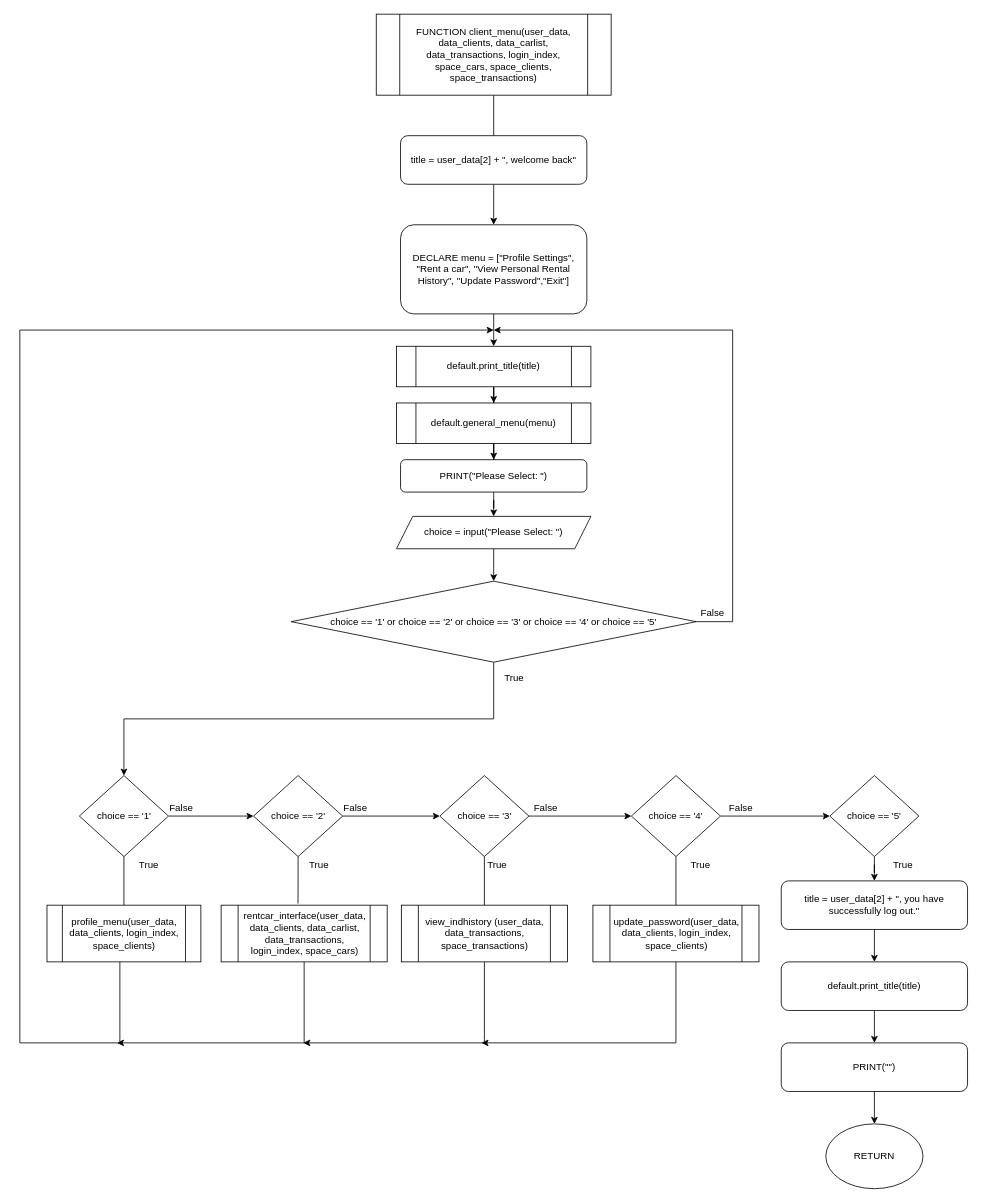
Before: Flowchart/clients/client_menu.drawio in RabbitBear00/Car-Rental-System, a draw.io diagram. Source tidied: cells renumbered, new cells numbered last; positions are measured from the earlier drawing's top-left corner, leaving out a move shared by most shapes. Both pictures are drawn from the tidied source at 81%, with x=0, y=0 at pixel (19, 14).
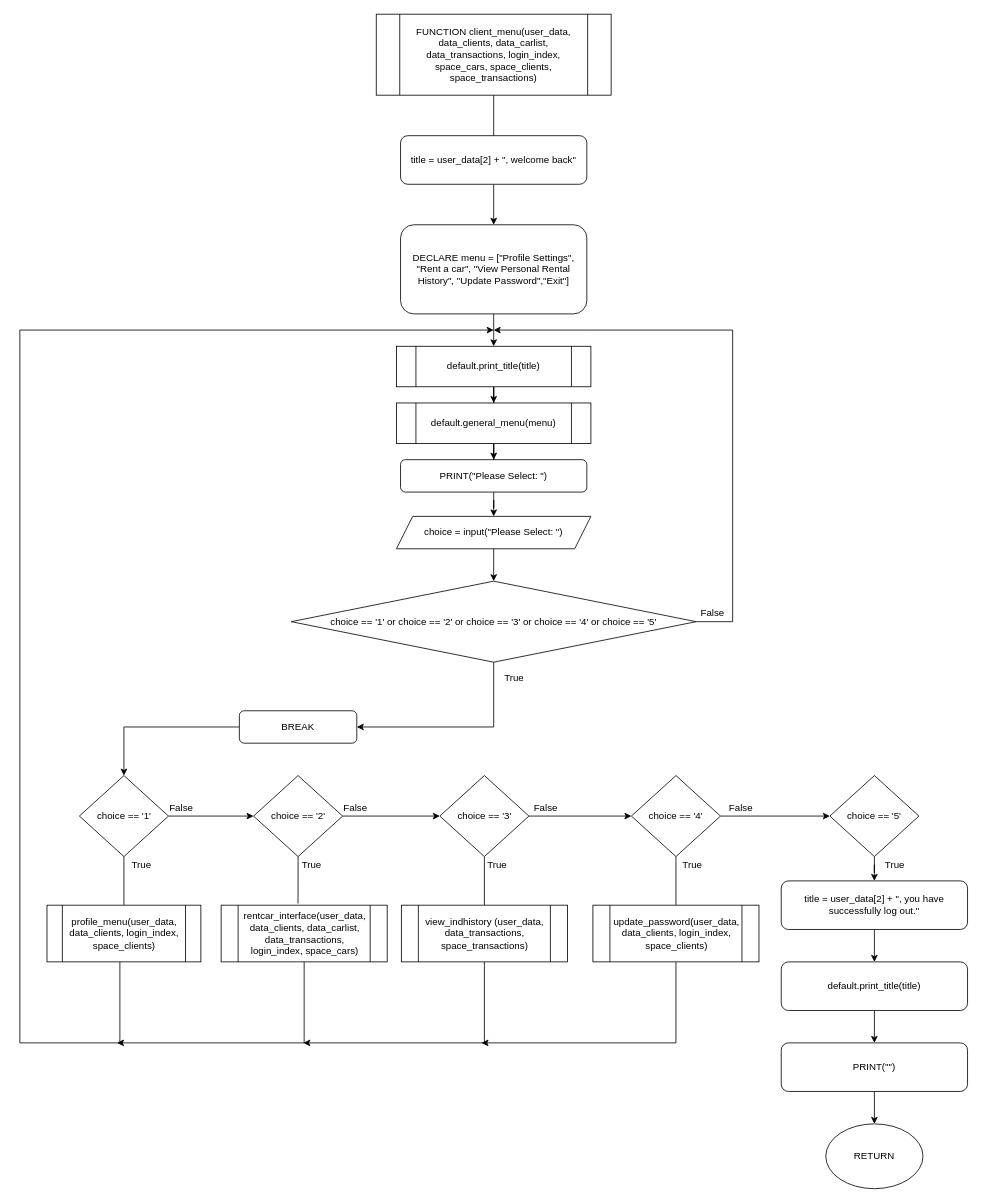
Above is the later version.

Unchanged cells that the change refers to:
```xml
<mxCell id="17" value="choice == '1'" style="rhombus;whiteSpace=wrap;html=1;" parent="1" vertex="1">
  <mxGeometry x="73.5" y="940" width="110" height="100" as="geometry" />
</mxCell>
<mxCell id="29" value="choice == '1' or choice == '2' or choice == '3' or choice == '4' or choice == '5'" style="rhombus;whiteSpace=wrap;html=1;" parent="1" vertex="1">
  <mxGeometry x="335" y="700" width="500" height="100" as="geometry" />
</mxCell>
```

Diff of the diagram source:
```diff
@@
-    <mxCell id="27" style="edgeStyle=orthogonalEdgeStyle;rounded=0;jettySize=auto;html=1;entryX=0.5;entryY=0;entryDx=0;entryDy=0;exitX=0.5;exitY=1;exitDx=0;exitDy=0;" parent="1" edge="1" source="29" target="17">
-      <mxGeometry relative="1" as="geometry" />
-    </mxCell>
@@
+    <mxCell id="59" style="edgeStyle=orthogonalEdgeStyle;rounded=0;jettySize=auto;html=1;entryX=1;entryY=0.5;entryDx=0;entryDy=0;" parent="1" edge="1" source="29" target="61">
+      <mxGeometry relative="1" as="geometry" />
+    </mxCell>
@@
     <mxCell id="32" value="True" style="text;html=1;align=center;verticalAlign=middle;strokeColor=none;" parent="1" vertex="1">
-      <mxGeometry x="138.5" y="1040" width="40" height="20" as="geometry" />
+      <mxGeometry x="130" y="1040" width="40" height="20" as="geometry" />
     </mxCell>
     <mxCell id="33" value="True" style="text;html=1;align=center;verticalAlign=middle;strokeColor=none;" parent="1" vertex="1">
-      <mxGeometry x="348.5" y="1040" width="40" height="20" as="geometry" />
+      <mxGeometry x="340" y="1040" width="40" height="20" as="geometry" />
     </mxCell>
@@
     <mxCell id="35" value="True" style="text;html=1;align=center;verticalAlign=middle;strokeColor=none;" parent="1" vertex="1">
-      <mxGeometry x="820" y="1040" width="40" height="20" as="geometry" />
+      <mxGeometry x="810" y="1040" width="40" height="20" as="geometry" />
     </mxCell>
     <mxCell id="36" value="True" style="text;html=1;align=center;verticalAlign=middle;strokeColor=none;" parent="1" vertex="1">
-      <mxGeometry x="1070" y="1040" width="40" height="20" as="geometry" />
+      <mxGeometry x="1060" y="1040" width="40" height="20" as="geometry" />
     </mxCell>
@@
+    <mxCell id="60" style="edgeStyle=orthogonalEdgeStyle;rounded=0;jettySize=auto;html=1;entryX=0.5;entryY=0;entryDx=0;entryDy=0;" parent="1" edge="1" source="61" target="17">
+      <mxGeometry relative="1" as="geometry" />
+    </mxCell>
+    <mxCell id="61" value="BREAK" style="rounded=1;whiteSpace=wrap;html=1;" parent="1" vertex="1">
+      <mxGeometry x="271" y="860" width="145" height="40" as="geometry" />
+    </mxCell>
```
